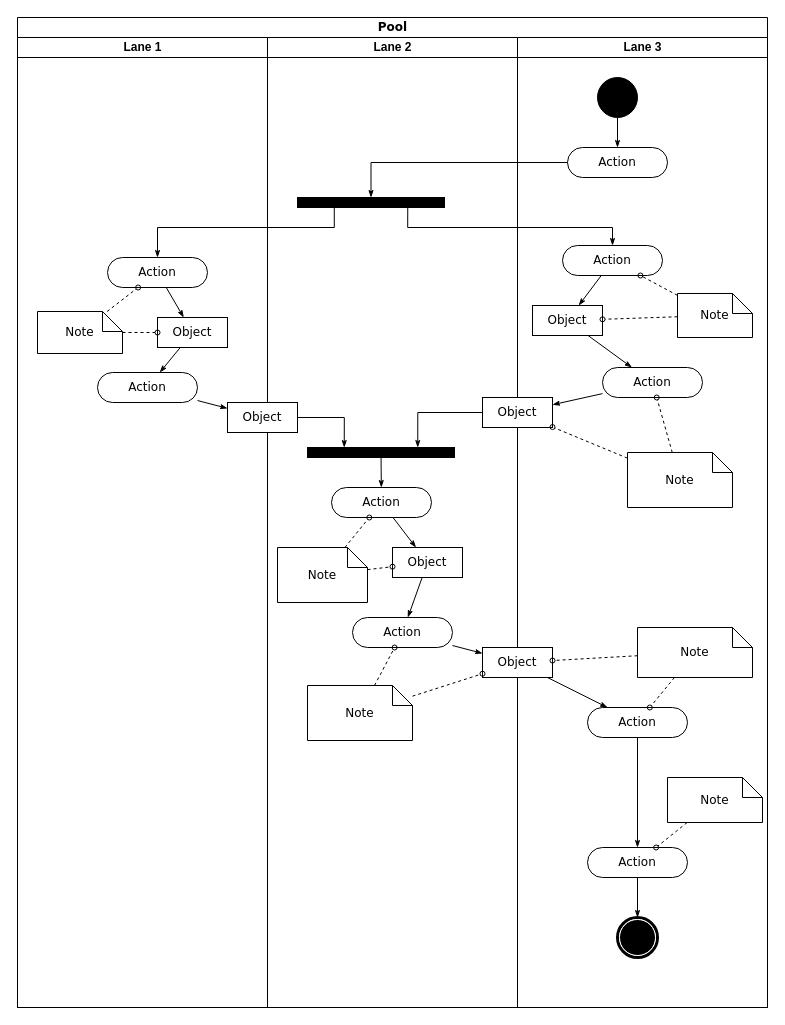
Before: 未命名绘图.drawio in Fuu3214/docs, a draw.io diagram. Source tidied: cells renumbered, new cells numbered last; positions are measured from the earlier drawing's top-left corner, leaving out a move shared by most shapes. Both pictures are drawn from the tidied source at 100%, with x=0, y=0 at pixel (17, 17).
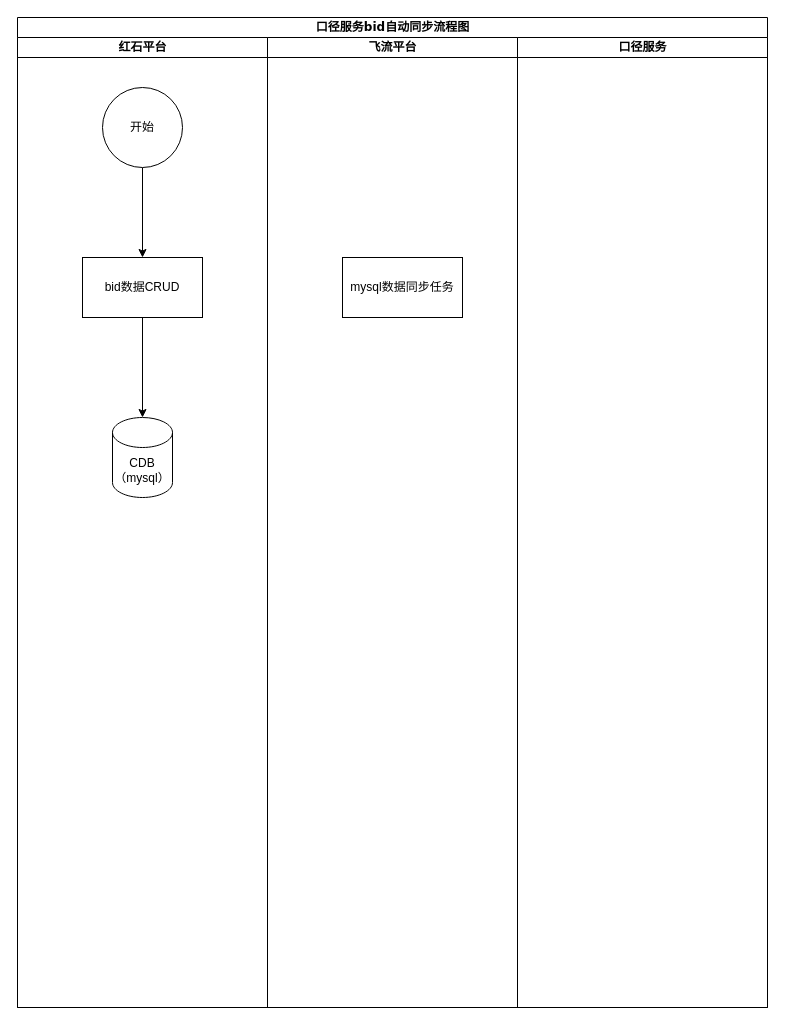
Above is the later version.

Commit message (it also covers changes not shown here):
口径服务bid自动同步流程图.drawio

Change to the diagram source:
```diff
@@
-    <mxCell id="2" value="Pool" style="swimlane;html=1;startSize=20;rounded=0;shadow=0;comic=0;labelBackgroundColor=none;strokeWidth=1;fontFamily=Verdana;fontSize=12;align=center;" parent="1" vertex="1">
+    <mxCell id="2" value="口径服务bid自动同步流程图" style="swimlane;html=1;startSize=20;rounded=0;shadow=0;comic=0;labelBackgroundColor=none;strokeWidth=1;fontFamily=Verdana;fontSize=12;align=center;" parent="1" vertex="1">
       <mxGeometry width="750" height="990" as="geometry" />
     </mxCell>
-    <mxCell id="3" value="Lane 1" style="swimlane;html=1;startSize=20;" parent="2" vertex="1">
+    <mxCell id="3" value="红石平台" style="swimlane;html=1;startSize=20;" parent="2" vertex="1">
       <mxGeometry y="20" width="250" height="970" as="geometry" />
     </mxCell>
-    <mxCell id="4" style="edgeStyle=none;rounded=0;html=1;labelBackgroundColor=none;startArrow=none;startFill=0;startSize=5;endArrow=classicThin;endFill=1;endSize=5;jettySize=auto;strokeWidth=1;fontFamily=Verdana;fontSize=12;" parent="3" edge="1" source="5" target="8">
-      <mxGeometry relative="1" as="geometry" />
-    </mxCell>
-    <mxCell id="5" value="Action" style="rounded=1;whiteSpace=wrap;html=1;shadow=0;comic=0;labelBackgroundColor=none;strokeWidth=1;fontFamily=Verdana;fontSize=12;align=center;arcSize=50;" parent="3" vertex="1">
-      <mxGeometry x="90" y="220" width="100" height="30" as="geometry" />
-    </mxCell>
-    <mxCell id="6" value="Action" style="rounded=1;whiteSpace=wrap;html=1;shadow=0;comic=0;labelBackgroundColor=none;strokeWidth=1;fontFamily=Verdana;fontSize=12;align=center;arcSize=50;" parent="3" vertex="1">
-      <mxGeometry x="80" y="335" width="100" height="30" as="geometry" />
-    </mxCell>
-    <mxCell id="7" style="edgeStyle=none;rounded=0;html=1;labelBackgroundColor=none;startArrow=none;startFill=0;startSize=5;endArrow=classicThin;endFill=1;endSize=5;jettySize=auto;strokeWidth=1;fontFamily=Verdana;fontSize=12;" parent="3" edge="1" source="8" target="6">
-      <mxGeometry relative="1" as="geometry" />
-    </mxCell>
-    <mxCell id="8" value="Object" style="rounded=0;whiteSpace=wrap;html=1;shadow=0;comic=0;labelBackgroundColor=none;strokeWidth=1;fontFamily=Verdana;fontSize=12;align=center;arcSize=50;" parent="3" vertex="1">
-      <mxGeometry x="140" y="280" width="70" height="30" as="geometry" />
-    </mxCell>
-    <mxCell id="9" style="edgeStyle=none;rounded=0;html=1;labelBackgroundColor=none;startArrow=none;startFill=0;startSize=5;endArrow=oval;endFill=0;endSize=5;jettySize=auto;strokeWidth=1;fontFamily=Verdana;fontSize=12;dashed=1;" parent="3" edge="1" source="11" target="5">
-      <mxGeometry relative="1" as="geometry" />
-    </mxCell>
-    <mxCell id="10" style="edgeStyle=none;rounded=0;html=1;dashed=1;labelBackgroundColor=none;startArrow=none;startFill=0;startSize=5;endArrow=oval;endFill=0;endSize=5;jettySize=auto;strokeWidth=1;fontFamily=Verdana;fontSize=12;" parent="3" edge="1" source="11" target="8">
-      <mxGeometry relative="1" as="geometry" />
-    </mxCell>
-    <mxCell id="11" value="Note" style="shape=note;whiteSpace=wrap;html=1;rounded=0;shadow=0;comic=0;labelBackgroundColor=none;strokeWidth=1;fontFamily=Verdana;fontSize=12;align=center;size=20;" parent="3" vertex="1">
-      <mxGeometry x="20" y="274" width="85" height="42" as="geometry" />
-    </mxCell>
+    <mxCell id="64" style="edgeStyle=orthogonalEdgeStyle;rounded=0;jettySize=auto;html=1;" parent="3" edge="1" source="65" target="66">
+      <mxGeometry relative="1" as="geometry" />
+    </mxCell>
+    <mxCell id="65" value="bid数据CRUD" style="rounded=0;whiteSpace=wrap;html=1;" parent="3" vertex="1">
+      <mxGeometry x="65" y="220" width="120" height="60" as="geometry" />
+    </mxCell>
+    <mxCell id="66" value="CDB（mysql）" style="shape=cylinder3;whiteSpace=wrap;html=1;boundedLbl=1;backgroundOutline=1;size=15;" parent="3" vertex="1">
+      <mxGeometry x="95" y="380" width="60" height="80" as="geometry" />
+    </mxCell>
+    <mxCell id="67" style="edgeStyle=orthogonalEdgeStyle;rounded=0;jettySize=auto;html=1;" parent="3" edge="1" source="68" target="65">
+      <mxGeometry relative="1" as="geometry" />
+    </mxCell>
+    <mxCell id="68" value="开始" style="ellipse;whiteSpace=wrap;html=1;" parent="3" vertex="1">
+      <mxGeometry x="85" y="50" width="80" height="80" as="geometry" />
+    </mxCell>
-    <mxCell id="12" value="Lane 2" style="swimlane;html=1;startSize=20;" parent="2" vertex="1">
+    <mxCell id="12" value="飞流平台" style="swimlane;html=1;startSize=20;" parent="2" vertex="1">
       <mxGeometry x="250" y="20" width="250" height="970" as="geometry" />
     </mxCell>
-    <mxCell id="13" style="whiteSpace=wrap;html=1;rounded=0;shadow=0;comic=0;labelBackgroundColor=none;strokeWidth=1;fillColor=#000000;fontFamily=Verdana;fontSize=12;align=center;rotation=0;" parent="12" vertex="1">
-      <mxGeometry x="30" y="160" width="147" height="10" as="geometry" />
-    </mxCell>
-    <mxCell id="14" style="edgeStyle=none;rounded=0;html=1;labelBackgroundColor=none;startArrow=none;startFill=0;startSize=5;endArrow=classicThin;endFill=1;endSize=5;jettySize=auto;strokeWidth=1;fontFamily=Verdana;fontSize=12;" parent="12" edge="1" source="15" target="21">
-      <mxGeometry relative="1" as="geometry" />
-    </mxCell>
-    <mxCell id="15" value="Action" style="rounded=1;whiteSpace=wrap;html=1;shadow=0;comic=0;labelBackgroundColor=none;strokeWidth=1;fontFamily=Verdana;fontSize=12;align=center;arcSize=50;" parent="12" vertex="1">
-      <mxGeometry x="64" y="450" width="100" height="30" as="geometry" />
-    </mxCell>
-    <mxCell id="16" style="edgeStyle=none;rounded=0;html=1;labelBackgroundColor=none;startArrow=none;startFill=0;startSize=5;endArrow=classicThin;endFill=1;endSize=5;jettySize=auto;strokeWidth=1;fontFamily=Verdana;fontSize=12;" parent="12" edge="1" source="17" target="15">
-      <mxGeometry relative="1" as="geometry" />
-    </mxCell>
-    <mxCell id="17" style="whiteSpace=wrap;html=1;rounded=0;shadow=0;comic=0;labelBackgroundColor=none;strokeWidth=1;fillColor=#000000;fontFamily=Verdana;fontSize=12;align=center;rotation=0;" parent="12" vertex="1">
-      <mxGeometry x="40" y="410" width="147" height="10" as="geometry" />
-    </mxCell>
-    <mxCell id="18" style="edgeStyle=orthogonalEdgeStyle;rounded=0;html=1;entryX=0.25;entryY=0;labelBackgroundColor=none;startArrow=none;startFill=0;startSize=5;endArrow=classicThin;endFill=1;endSize=5;jettySize=auto;strokeWidth=1;fontFamily=Verdana;fontSize=12;" parent="12" edge="1" source="19" target="17">
-      <mxGeometry relative="1" as="geometry" />
-    </mxCell>
-    <mxCell id="19" value="Object" style="rounded=0;whiteSpace=wrap;html=1;shadow=0;comic=0;labelBackgroundColor=none;strokeWidth=1;fontFamily=Verdana;fontSize=12;align=center;arcSize=50;" parent="12" vertex="1">
-      <mxGeometry x="-40" y="365" width="70" height="30" as="geometry" />
-    </mxCell>
-    <mxCell id="20" style="edgeStyle=none;rounded=0;html=1;labelBackgroundColor=none;startArrow=none;startFill=0;startSize=5;endArrow=classicThin;endFill=1;endSize=5;jettySize=auto;strokeWidth=1;fontFamily=Verdana;fontSize=12;" parent="12" edge="1" source="21" target="22">
-      <mxGeometry relative="1" as="geometry" />
-    </mxCell>
-    <mxCell id="21" value="Object" style="rounded=0;whiteSpace=wrap;html=1;shadow=0;comic=0;labelBackgroundColor=none;strokeWidth=1;fontFamily=Verdana;fontSize=12;align=center;arcSize=50;" parent="12" vertex="1">
-      <mxGeometry x="125" y="510" width="70" height="30" as="geometry" />
-    </mxCell>
-    <mxCell id="22" value="Action" style="rounded=1;whiteSpace=wrap;html=1;shadow=0;comic=0;labelBackgroundColor=none;strokeWidth=1;fontFamily=Verdana;fontSize=12;align=center;arcSize=50;" parent="12" vertex="1">
-      <mxGeometry x="85" y="580" width="100" height="30" as="geometry" />
-    </mxCell>
-    <mxCell id="23" style="edgeStyle=none;rounded=0;html=1;dashed=1;labelBackgroundColor=none;startArrow=none;startFill=0;startSize=5;endArrow=oval;endFill=0;endSize=5;jettySize=auto;strokeWidth=1;fontFamily=Verdana;fontSize=12;" parent="12" edge="1" source="25" target="15">
-      <mxGeometry relative="1" as="geometry" />
-    </mxCell>
-    <mxCell id="24" style="edgeStyle=none;rounded=0;html=1;dashed=1;labelBackgroundColor=none;startArrow=none;startFill=0;startSize=5;endArrow=oval;endFill=0;endSize=5;jettySize=auto;strokeWidth=1;fontFamily=Verdana;fontSize=12;" parent="12" edge="1" source="25" target="21">
-      <mxGeometry relative="1" as="geometry" />
-    </mxCell>
-    <mxCell id="25" value="Note" style="shape=note;whiteSpace=wrap;html=1;rounded=0;shadow=0;comic=0;labelBackgroundColor=none;strokeWidth=1;fontFamily=Verdana;fontSize=12;align=center;size=20;" parent="12" vertex="1">
-      <mxGeometry x="10" y="510" width="90" height="55" as="geometry" />
-    </mxCell>
-    <mxCell id="26" style="edgeStyle=none;rounded=0;html=1;dashed=1;labelBackgroundColor=none;startArrow=none;startFill=0;startSize=5;endArrow=oval;endFill=0;endSize=5;jettySize=auto;strokeWidth=1;fontFamily=Verdana;fontSize=12;" parent="12" edge="1" source="27" target="22">
-      <mxGeometry relative="1" as="geometry" />
-    </mxCell>
-    <mxCell id="27" value="Note" style="shape=note;whiteSpace=wrap;html=1;rounded=0;shadow=0;comic=0;labelBackgroundColor=none;strokeWidth=1;fontFamily=Verdana;fontSize=12;align=center;size=20;" parent="12" vertex="1">
-      <mxGeometry x="40" y="648" width="105" height="55" as="geometry" />
-    </mxCell>
+    <mxCell id="69" value="mysql数据同步任务" style="rounded=0;whiteSpace=wrap;html=1;" parent="12" vertex="1">
+      <mxGeometry x="75" y="220" width="120" height="60" as="geometry" />
+    </mxCell>
-    <mxCell id="28" value="Lane 3" style="swimlane;html=1;startSize=20;" parent="2" vertex="1">
+    <mxCell id="28" value="口径服务" style="swimlane;html=1;startSize=20;" parent="2" vertex="1">
       <mxGeometry x="500" y="20" width="250" height="970" as="geometry" />
     </mxCell>
-    <mxCell id="29" style="edgeStyle=orthogonalEdgeStyle;rounded=0;html=1;labelBackgroundColor=none;startArrow=none;startFill=0;startSize=5;endArrow=classicThin;endFill=1;endSize=5;jettySize=auto;strokeWidth=1;fontFamily=Verdana;fontSize=12;" parent="28" edge="1" source="30" target="31">
-      <mxGeometry relative="1" as="geometry" />
-    </mxCell>
-    <mxCell id="30" style="ellipse;whiteSpace=wrap;html=1;rounded=0;shadow=0;comic=0;labelBackgroundColor=none;strokeWidth=1;fillColor=#000000;fontFamily=Verdana;fontSize=12;align=center;" parent="28" vertex="1">
-      <mxGeometry x="80" y="40" width="40" height="40" as="geometry" />
-    </mxCell>
-    <mxCell id="31" value="Action" style="rounded=1;whiteSpace=wrap;html=1;shadow=0;comic=0;labelBackgroundColor=none;strokeWidth=1;fontFamily=Verdana;fontSize=12;align=center;arcSize=50;" parent="28" vertex="1">
-      <mxGeometry x="50" y="110" width="100" height="30" as="geometry" />
-    </mxCell>
-    <mxCell id="32" style="rounded=0;html=1;labelBackgroundColor=none;startArrow=none;startFill=0;startSize=5;endArrow=classicThin;endFill=1;endSize=5;jettySize=auto;strokeWidth=1;fontFamily=Verdana;fontSize=12;" parent="28" edge="1" source="33" target="37">
-      <mxGeometry relative="1" as="geometry" />
-    </mxCell>
-    <mxCell id="33" value="Action" style="rounded=1;whiteSpace=wrap;html=1;shadow=0;comic=0;labelBackgroundColor=none;strokeWidth=1;fontFamily=Verdana;fontSize=12;align=center;arcSize=50;" parent="28" vertex="1">
-      <mxGeometry x="45" y="208" width="100" height="30" as="geometry" />
-    </mxCell>
-    <mxCell id="34" style="edgeStyle=none;rounded=0;html=1;labelBackgroundColor=none;startArrow=none;startFill=0;startSize=5;endArrow=classicThin;endFill=1;endSize=5;jettySize=auto;strokeWidth=1;fontFamily=Verdana;fontSize=12;" parent="28" edge="1" source="35" target="38">
-      <mxGeometry relative="1" as="geometry" />
-    </mxCell>
-    <mxCell id="35" value="Action" style="rounded=1;whiteSpace=wrap;html=1;shadow=0;comic=0;labelBackgroundColor=none;strokeWidth=1;fontFamily=Verdana;fontSize=12;align=center;arcSize=50;" parent="28" vertex="1">
-      <mxGeometry x="85" y="330" width="100" height="30" as="geometry" />
-    </mxCell>
-    <mxCell id="36" style="edgeStyle=none;rounded=0;html=1;labelBackgroundColor=none;startArrow=none;startFill=0;startSize=5;endArrow=classicThin;endFill=1;endSize=5;jettySize=auto;strokeWidth=1;fontFamily=Verdana;fontSize=12;" parent="28" edge="1" source="37" target="35">
-      <mxGeometry relative="1" as="geometry" />
-    </mxCell>
-    <mxCell id="37" value="Object" style="rounded=0;whiteSpace=wrap;html=1;shadow=0;comic=0;labelBackgroundColor=none;strokeWidth=1;fontFamily=Verdana;fontSize=12;align=center;arcSize=50;" parent="28" vertex="1">
-      <mxGeometry x="15" y="268" width="70" height="30" as="geometry" />
-    </mxCell>
-    <mxCell id="38" value="Object" style="rounded=0;whiteSpace=wrap;html=1;shadow=0;comic=0;labelBackgroundColor=none;strokeWidth=1;fontFamily=Verdana;fontSize=12;align=center;arcSize=50;" parent="28" vertex="1">
-      <mxGeometry x="-35" y="360" width="70" height="30" as="geometry" />
-    </mxCell>
-    <mxCell id="39" style="edgeStyle=none;rounded=0;html=1;labelBackgroundColor=none;startArrow=none;startFill=0;startSize=5;endArrow=classicThin;endFill=1;endSize=5;jettySize=auto;strokeWidth=1;fontFamily=Verdana;fontSize=12;" parent="28" edge="1" source="40" target="42">
-      <mxGeometry relative="1" as="geometry" />
-    </mxCell>
-    <mxCell id="40" value="Object" style="rounded=0;whiteSpace=wrap;html=1;shadow=0;comic=0;labelBackgroundColor=none;strokeWidth=1;fontFamily=Verdana;fontSize=12;align=center;arcSize=50;" parent="28" vertex="1">
-      <mxGeometry x="-35" y="610" width="70" height="30" as="geometry" />
-    </mxCell>
-    <mxCell id="41" style="edgeStyle=none;rounded=0;html=1;labelBackgroundColor=none;startArrow=none;startFill=0;startSize=5;endArrow=classicThin;endFill=1;endSize=5;jettySize=auto;strokeWidth=1;fontFamily=Verdana;fontSize=12;" parent="28" edge="1" source="42" target="44">
-      <mxGeometry relative="1" as="geometry" />
-    </mxCell>
-    <mxCell id="42" value="Action" style="rounded=1;whiteSpace=wrap;html=1;shadow=0;comic=0;labelBackgroundColor=none;strokeWidth=1;fontFamily=Verdana;fontSize=12;align=center;arcSize=50;" parent="28" vertex="1">
-      <mxGeometry x="70" y="670" width="100" height="30" as="geometry" />
-    </mxCell>
-    <mxCell id="43" style="edgeStyle=none;rounded=0;html=1;labelBackgroundColor=none;startArrow=none;startFill=0;startSize=5;endArrow=classicThin;endFill=1;endSize=5;jettySize=auto;strokeWidth=1;fontFamily=Verdana;fontSize=12;" parent="28" edge="1" source="44" target="45">
-      <mxGeometry relative="1" as="geometry" />
-    </mxCell>
-    <mxCell id="44" value="Action" style="rounded=1;whiteSpace=wrap;html=1;shadow=0;comic=0;labelBackgroundColor=none;strokeWidth=1;fontFamily=Verdana;fontSize=12;align=center;arcSize=50;" parent="28" vertex="1">
-      <mxGeometry x="70" y="810" width="100" height="30" as="geometry" />
-    </mxCell>
-    <mxCell id="45" style="shape=mxgraph.bpmn.shape;html=1;verticalLabelPosition=bottom;labelBackgroundColor=#ffffff;verticalAlign=top;perimeter=ellipsePerimeter;outline=end;symbol=terminate;rounded=0;shadow=0;comic=0;strokeWidth=1;fontFamily=Verdana;fontSize=12;align=center;" parent="28" vertex="1">
-      <mxGeometry x="100" y="880" width="40" height="40" as="geometry" />
-    </mxCell>
-    <mxCell id="46" style="edgeStyle=none;rounded=0;html=1;dashed=1;labelBackgroundColor=none;startArrow=none;startFill=0;startSize=5;endArrow=oval;endFill=0;endSize=5;jettySize=auto;strokeWidth=1;fontFamily=Verdana;fontSize=12;" parent="28" edge="1" source="48" target="33">
-      <mxGeometry relative="1" as="geometry" />
-    </mxCell>
-    <mxCell id="47" style="edgeStyle=none;rounded=0;html=1;dashed=1;labelBackgroundColor=none;startArrow=none;startFill=0;startSize=5;endArrow=oval;endFill=0;endSize=5;jettySize=auto;strokeWidth=1;fontFamily=Verdana;fontSize=12;" parent="28" edge="1" source="48" target="37">
-      <mxGeometry relative="1" as="geometry" />
-    </mxCell>
-    <mxCell id="48" value="Note" style="shape=note;whiteSpace=wrap;html=1;rounded=0;shadow=0;comic=0;labelBackgroundColor=none;strokeWidth=1;fontFamily=Verdana;fontSize=12;align=center;size=20;" parent="28" vertex="1">
-      <mxGeometry x="160" y="256" width="75" height="44" as="geometry" />
-    </mxCell>
-    <mxCell id="49" style="edgeStyle=none;rounded=0;html=1;dashed=1;labelBackgroundColor=none;startArrow=none;startFill=0;startSize=5;endArrow=oval;endFill=0;endSize=5;jettySize=auto;strokeWidth=1;fontFamily=Verdana;fontSize=12;" parent="28" edge="1" source="51" target="35">
-      <mxGeometry relative="1" as="geometry" />
-    </mxCell>
-    <mxCell id="50" style="edgeStyle=none;rounded=0;html=1;dashed=1;labelBackgroundColor=none;startArrow=none;startFill=0;startSize=5;endArrow=oval;endFill=0;endSize=5;jettySize=auto;strokeWidth=1;fontFamily=Verdana;fontSize=12;" parent="28" edge="1" source="51" target="38">
-      <mxGeometry relative="1" as="geometry" />
-    </mxCell>
-    <mxCell id="51" value="Note" style="shape=note;whiteSpace=wrap;html=1;rounded=0;shadow=0;comic=0;labelBackgroundColor=none;strokeWidth=1;fontFamily=Verdana;fontSize=12;align=center;size=20;" parent="28" vertex="1">
-      <mxGeometry x="110" y="415" width="105" height="55" as="geometry" />
-    </mxCell>
-    <mxCell id="52" style="edgeStyle=none;rounded=0;html=1;dashed=1;labelBackgroundColor=none;startArrow=none;startFill=0;startSize=5;endArrow=oval;endFill=0;endSize=5;jettySize=auto;strokeWidth=1;fontFamily=Verdana;fontSize=12;" parent="28" edge="1" source="54" target="42">
-      <mxGeometry relative="1" as="geometry" />
-    </mxCell>
-    <mxCell id="53" style="edgeStyle=none;rounded=0;html=1;dashed=1;labelBackgroundColor=none;startArrow=none;startFill=0;startSize=5;endArrow=oval;endFill=0;endSize=5;jettySize=auto;strokeWidth=1;fontFamily=Verdana;fontSize=12;" parent="28" edge="1" source="54" target="40">
-      <mxGeometry relative="1" as="geometry" />
-    </mxCell>
-    <mxCell id="54" value="Note" style="shape=note;whiteSpace=wrap;html=1;rounded=0;shadow=0;comic=0;labelBackgroundColor=none;strokeWidth=1;fontFamily=Verdana;fontSize=12;align=center;size=20;" parent="28" vertex="1">
-      <mxGeometry x="120" y="590" width="115" height="50" as="geometry" />
-    </mxCell>
-    <mxCell id="55" style="edgeStyle=none;rounded=0;html=1;dashed=1;labelBackgroundColor=none;startArrow=none;startFill=0;startSize=5;endArrow=oval;endFill=0;endSize=5;jettySize=auto;strokeWidth=1;fontFamily=Verdana;fontSize=12;" parent="28" edge="1" source="56" target="44">
-      <mxGeometry relative="1" as="geometry" />
-    </mxCell>
-    <mxCell id="56" value="Note" style="shape=note;whiteSpace=wrap;html=1;rounded=0;shadow=0;comic=0;labelBackgroundColor=none;strokeWidth=1;fontFamily=Verdana;fontSize=12;align=center;size=20;" parent="28" vertex="1">
-      <mxGeometry x="150" y="740" width="95" height="45" as="geometry" />
-    </mxCell>
-    <mxCell id="57" style="edgeStyle=orthogonalEdgeStyle;rounded=0;html=1;entryX=0.5;entryY=0;labelBackgroundColor=none;startArrow=none;startFill=0;startSize=5;endArrow=classicThin;endFill=1;endSize=5;jettySize=auto;strokeWidth=1;fontFamily=Verdana;fontSize=12;" parent="2" edge="1" source="31" target="13">
-      <mxGeometry relative="1" as="geometry">
-        <Array as="points">
-          <mxPoint x="354" y="145" />
-        </Array>
-      </mxGeometry>
-    </mxCell>
-    <mxCell id="58" style="edgeStyle=orthogonalEdgeStyle;rounded=0;html=1;exitX=0.75;exitY=1;labelBackgroundColor=none;startArrow=none;startFill=0;startSize=5;endArrow=classicThin;endFill=1;endSize=5;jettySize=auto;strokeWidth=1;fontFamily=Verdana;fontSize=12;" parent="2" edge="1" source="13" target="33">
-      <mxGeometry relative="1" as="geometry">
-        <Array as="points">
-          <mxPoint x="390" y="210" />
-          <mxPoint x="595" y="210" />
-        </Array>
-      </mxGeometry>
-    </mxCell>
-    <mxCell id="59" style="edgeStyle=orthogonalEdgeStyle;rounded=0;html=1;exitX=0.25;exitY=1;entryX=0.5;entryY=0;labelBackgroundColor=none;startArrow=none;startFill=0;startSize=5;endArrow=classicThin;endFill=1;endSize=5;jettySize=auto;strokeWidth=1;fontFamily=Verdana;fontSize=12;" parent="2" edge="1" source="13" target="5">
-      <mxGeometry relative="1" as="geometry">
-        <Array as="points">
-          <mxPoint x="317" y="210" />
-          <mxPoint x="140" y="210" />
-        </Array>
-      </mxGeometry>
-    </mxCell>
-    <mxCell id="60" style="edgeStyle=orthogonalEdgeStyle;rounded=0;html=1;entryX=0.75;entryY=0;labelBackgroundColor=none;startArrow=none;startFill=0;startSize=5;endArrow=classicThin;endFill=1;endSize=5;jettySize=auto;strokeWidth=1;fontFamily=Verdana;fontSize=12;" parent="2" edge="1" source="38" target="17">
-      <mxGeometry relative="1" as="geometry" />
-    </mxCell>
-    <mxCell id="61" style="edgeStyle=none;rounded=0;html=1;labelBackgroundColor=none;startArrow=none;startFill=0;startSize=5;endArrow=classicThin;endFill=1;endSize=5;jettySize=auto;strokeWidth=1;fontFamily=Verdana;fontSize=12;" parent="2" edge="1" source="6" target="19">
-      <mxGeometry relative="1" as="geometry" />
-    </mxCell>
-    <mxCell id="62" style="edgeStyle=none;rounded=0;html=1;labelBackgroundColor=none;startArrow=none;startFill=0;startSize=5;endArrow=classicThin;endFill=1;endSize=5;jettySize=auto;strokeWidth=1;fontFamily=Verdana;fontSize=12;" parent="2" edge="1" source="22" target="40">
-      <mxGeometry relative="1" as="geometry" />
-    </mxCell>
-    <mxCell id="63" style="edgeStyle=none;rounded=0;html=1;dashed=1;labelBackgroundColor=none;startArrow=none;startFill=0;startSize=5;endArrow=oval;endFill=0;endSize=5;jettySize=auto;strokeWidth=1;fontFamily=Verdana;fontSize=12;" parent="2" edge="1" source="27" target="40">
-      <mxGeometry relative="1" as="geometry" />
-    </mxCell>
```
